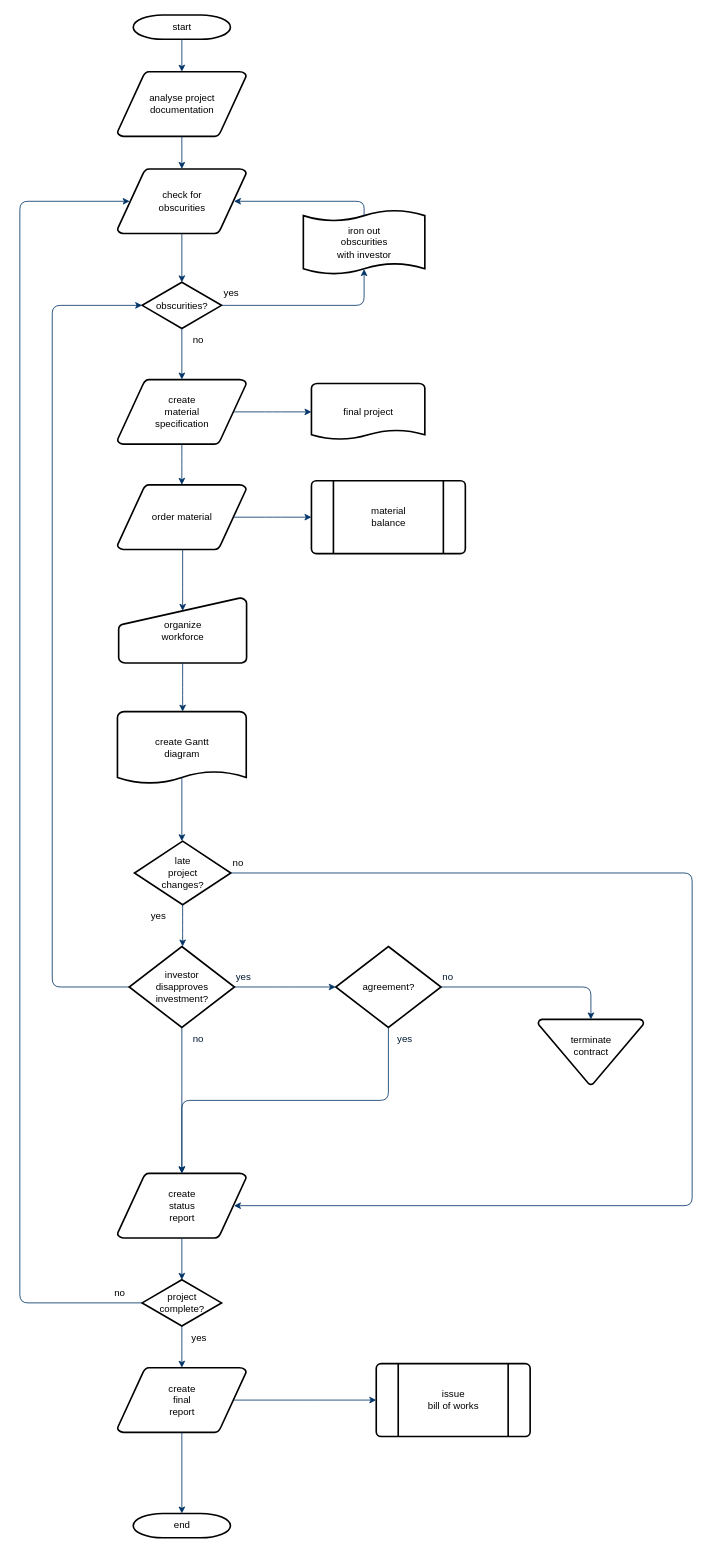
Above: muping-03.drawio in z-cloud-z/draw (draw.io), before the change. Source tidied: cells renumbered, new cells numbered last; positions are measured from the earlier drawing's top-left corner, leaving out a move shared by most shapes. Both pictures are drawn from the tidied source at 81%, with x=0, y=0 at pixel (19, 15).
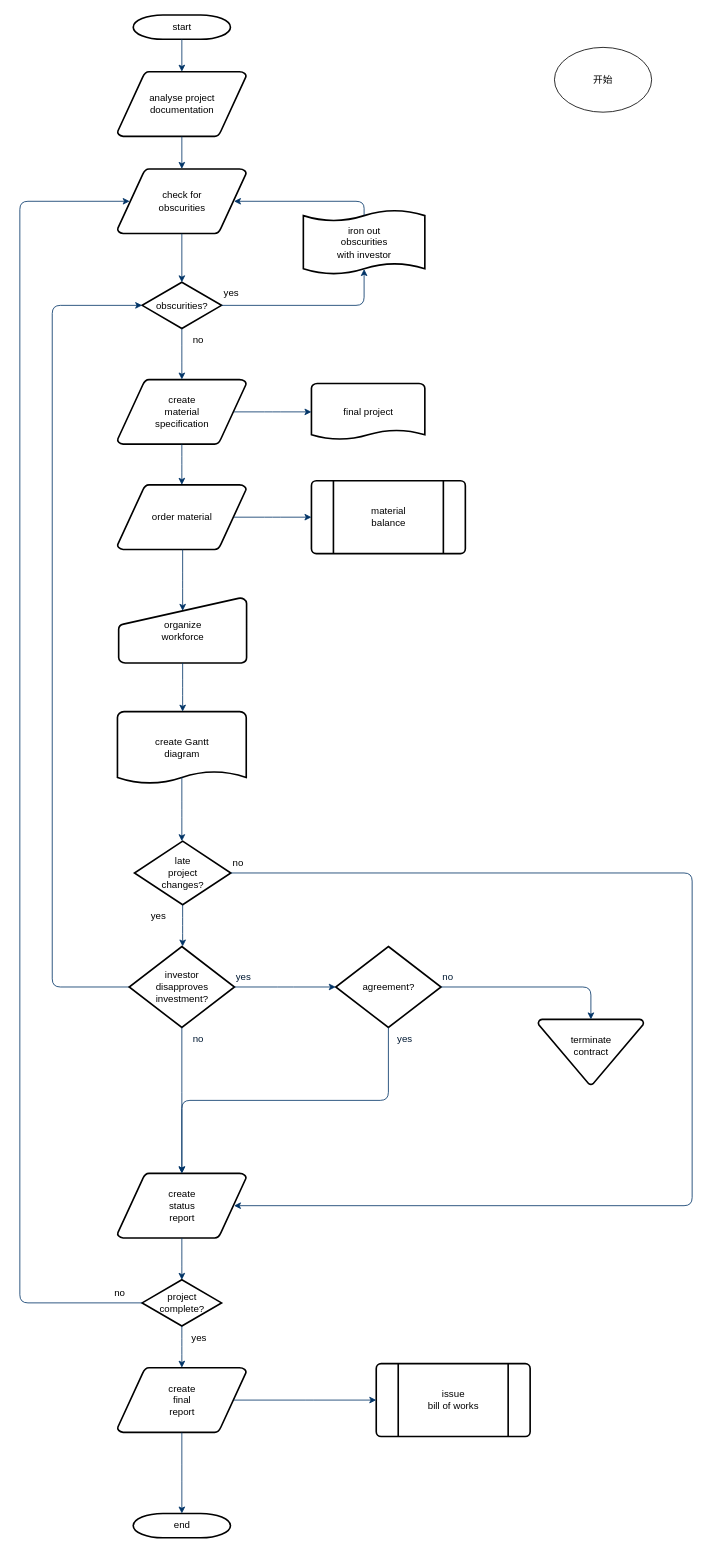
The same page after the edit.

The edit, as a diff of the source:
```diff
@@
+    <mxCell id="56" value="开始" style="ellipse;whiteSpace=wrap;html=1;" parent="1" vertex="1">
+      <mxGeometry x="660" y="40" width="120" height="80" as="geometry" />
+    </mxCell>
```
